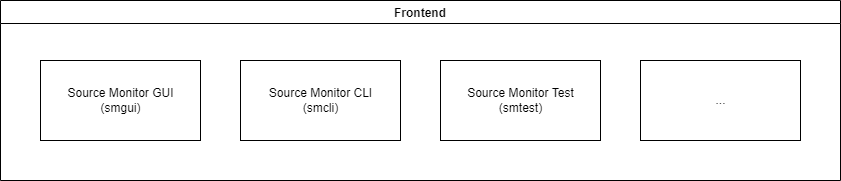
Earlier version of the draw.io export Images/frontend.png (SourceMonitor/SM-Info). Source tidied: cells renumbered, new cells last; positions are measured from the earlier drawing's top-left corner, leaving out a move shared by most shapes. Its diagram source:
```xml
<mxGraphModel>
  <root>
    <mxCell id="0" />
    <mxCell id="1" parent="0" />
    <mxCell id="2" value="Frontend" style="swimlane;fillColor=none;" parent="1" vertex="1">
      <mxGeometry width="840" height="180" as="geometry" />
    </mxCell>
    <mxCell id="3" value="Source Monitor CLI&lt;br&gt;(smcli)" style="html=1;dashed=0;whitespace=wrap;fillColor=none;" parent="2" vertex="1">
      <mxGeometry x="240" y="60" width="160" height="80" as="geometry" />
    </mxCell>
    <mxCell id="4" value="Source Monitor GUI&lt;br&gt;(smgui)" style="html=1;dashed=0;whitespace=wrap;fillColor=none;" parent="2" vertex="1">
      <mxGeometry x="40" y="60" width="160" height="80" as="geometry" />
    </mxCell>
    <mxCell id="5" value="Source Monitor Test&lt;br&gt;(smtest)" style="html=1;dashed=0;whitespace=wrap;fillColor=none;" parent="2" vertex="1">
      <mxGeometry x="440" y="60" width="160" height="80" as="geometry" />
    </mxCell>
    <mxCell id="6" value="..." style="html=1;dashed=0;whitespace=wrap;fillColor=none;" parent="2" vertex="1">
      <mxGeometry x="640" y="60" width="160" height="80" as="geometry" />
    </mxCell>
  </root>
</mxGraphModel>
```
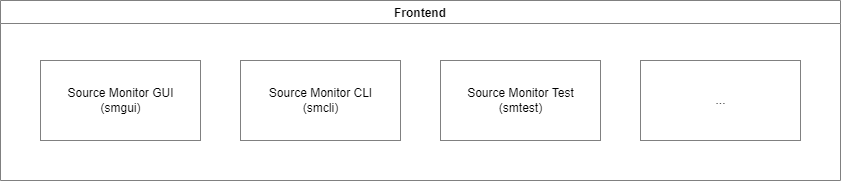
After the change.

Change to the diagram source:
```diff
@@ -2,19 +2,19 @@
   <root>
     <mxCell id="0" />
     <mxCell id="1" parent="0" />
-    <mxCell id="2" value="Frontend" style="swimlane;fillColor=none;" parent="1" vertex="1">
+    <mxCell id="2" value="Frontend" style="swimlane;fillColor=none;strokeColor=#808080;" parent="1" vertex="1">
       <mxGeometry width="840" height="180" as="geometry" />
     </mxCell>
-    <mxCell id="3" value="Source Monitor CLI&lt;br&gt;(smcli)" style="html=1;dashed=0;whitespace=wrap;fillColor=none;" parent="2" vertex="1">
+    <mxCell id="3" value="Source Monitor CLI&lt;br&gt;(smcli)" style="html=1;dashed=0;whitespace=wrap;fillColor=none;strokeColor=#808080;" parent="2" vertex="1">
       <mxGeometry x="240" y="60" width="160" height="80" as="geometry" />
     </mxCell>
-    <mxCell id="4" value="Source Monitor GUI&lt;br&gt;(smgui)" style="html=1;dashed=0;whitespace=wrap;fillColor=none;" parent="2" vertex="1">
+    <mxCell id="4" value="Source Monitor GUI&lt;br&gt;(smgui)" style="html=1;dashed=0;whitespace=wrap;fillColor=none;strokeColor=#808080;" parent="2" vertex="1">
       <mxGeometry x="40" y="60" width="160" height="80" as="geometry" />
     </mxCell>
-    <mxCell id="5" value="Source Monitor Test&lt;br&gt;(smtest)" style="html=1;dashed=0;whitespace=wrap;fillColor=none;" parent="2" vertex="1">
+    <mxCell id="5" value="Source Monitor Test&lt;br&gt;(smtest)" style="html=1;dashed=0;whitespace=wrap;fillColor=none;strokeColor=#808080;" parent="2" vertex="1">
       <mxGeometry x="440" y="60" width="160" height="80" as="geometry" />
     </mxCell>
-    <mxCell id="6" value="..." style="html=1;dashed=0;whitespace=wrap;fillColor=none;" parent="2" vertex="1">
+    <mxCell id="6" value="..." style="html=1;dashed=0;whitespace=wrap;fillColor=none;strokeColor=#808080;" parent="2" vertex="1">
       <mxGeometry x="640" y="60" width="160" height="80" as="geometry" />
     </mxCell>
   </root>
```
